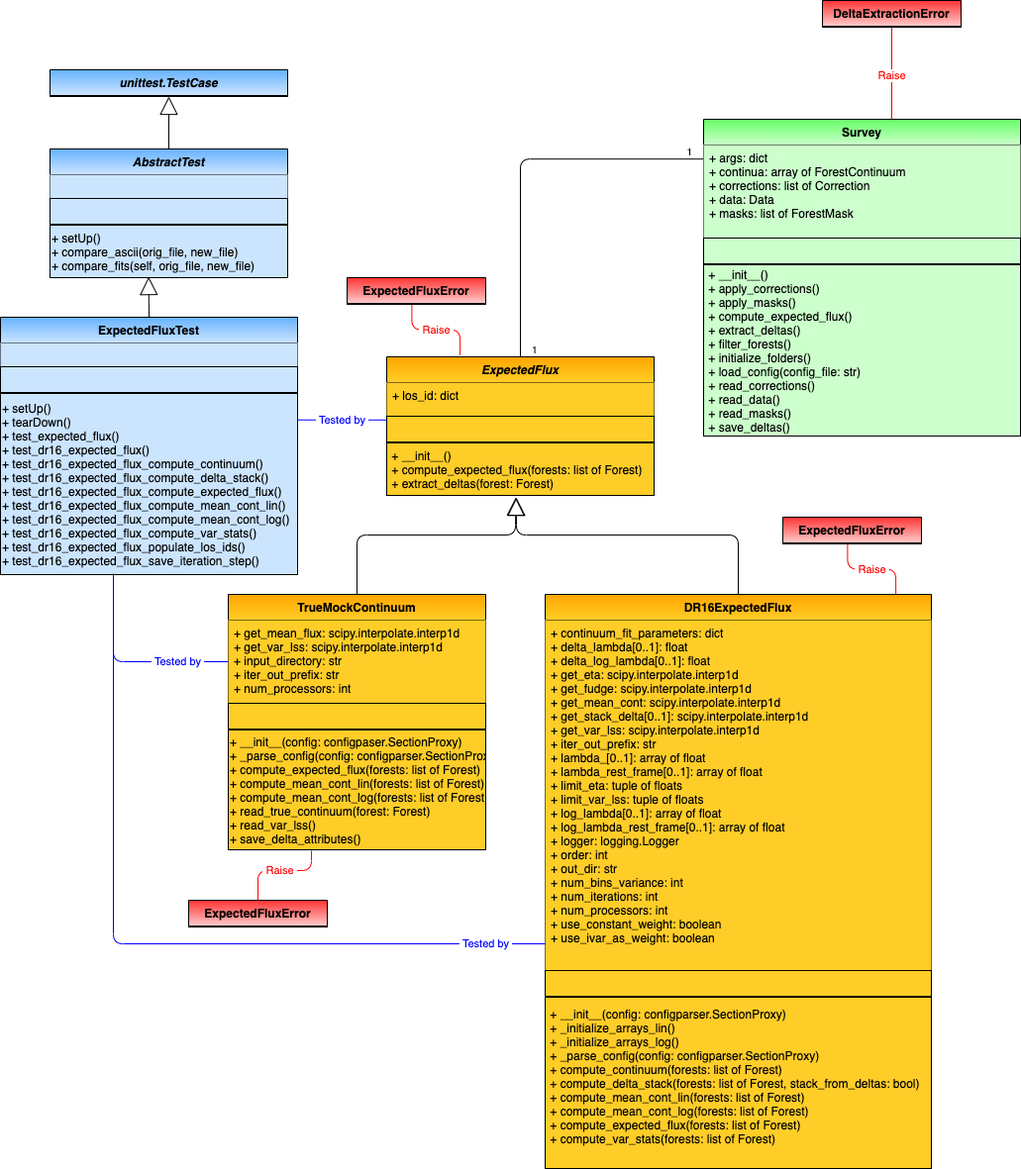
The draw.io diagram docs/delta_extraction/data_model/data_model-ExpectedFlux.png in igmhub/picca, before a commit. Source tidied: cells renumbered, new cells last; positions are measured from the earlier drawing's top-left corner, leaving out a move shared by most shapes.
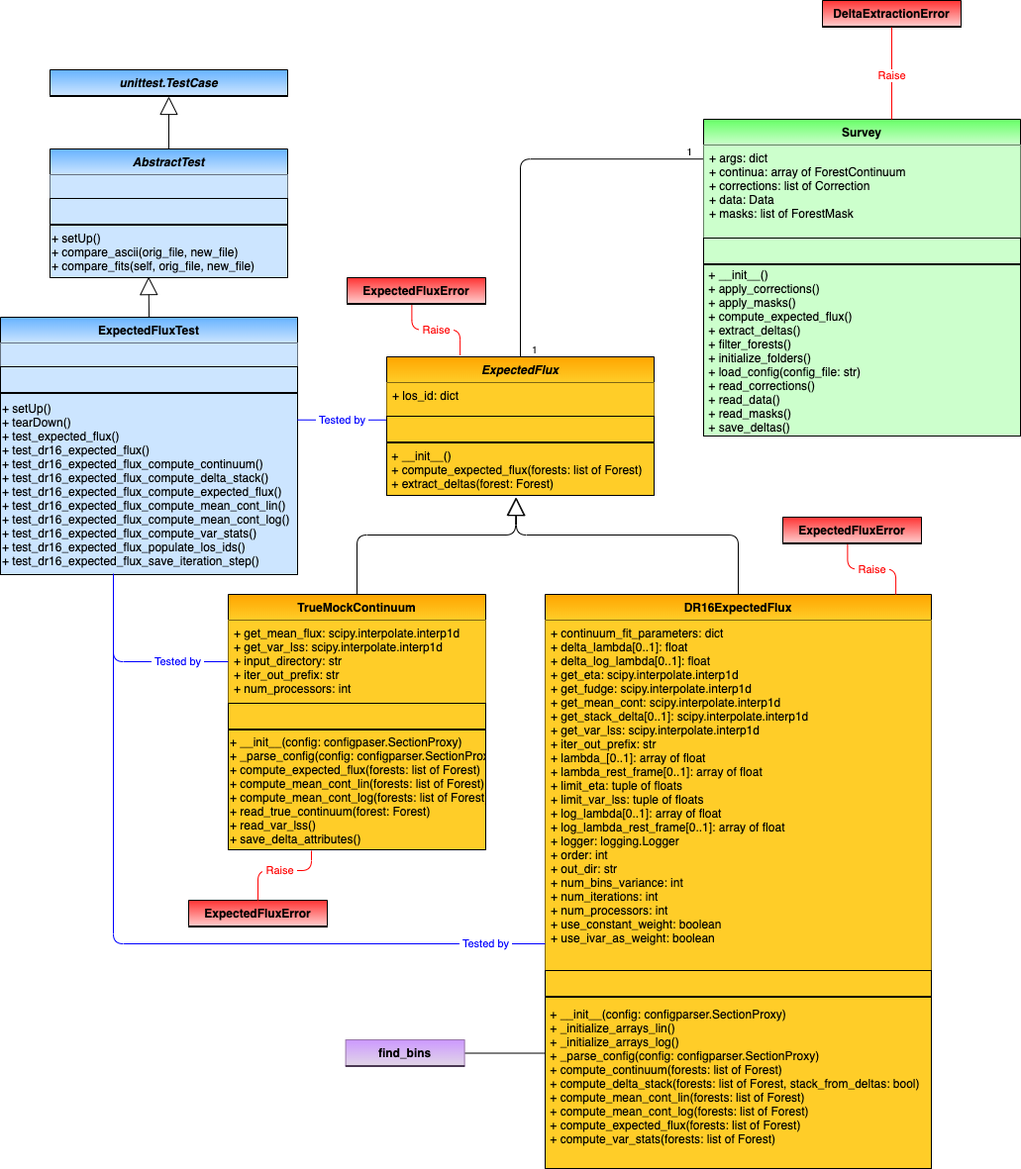
Above is the later version.

Commit message:
updated data model diagrams

What changed in the source:
```diff
@@ -232,5 +232,16 @@
         <mxPoint x="10" as="offset" />
       </mxGeometry>
     </mxCell>
+    <mxCell id="63" style="edgeStyle=orthogonalEdgeStyle;rounded=0;jettySize=auto;html=1;exitX=1;exitY=0.5;exitDx=0;exitDy=0;endArrow=none;endFill=0;entryX=0.004;entryY=0.164;entryDx=0;entryDy=0;entryPerimeter=0;" parent="1" edge="1" source="64">
+      <mxGeometry relative="1" as="geometry">
+        <mxPoint x="550" y="1063.5" as="targetPoint" />
+      </mxGeometry>
+    </mxCell>
+    <mxCell id="64" value="find_bins" style="swimlane;fontStyle=1;horizontal=1;startSize=26;swimlaneFillColor=#ffffff;rounded=0;shadow=0;glass=0;comic=0;strokeColor=#9673a6;swimlaneLine=1;gradientDirection=north;fillColor=#e1d5e7;gradientColor=#CC99FF;" parent="1" vertex="1">
+      <mxGeometry x="348.6" y="1050" width="120" height="27" as="geometry" />
+    </mxCell>
+    <mxCell id="65" style="line;strokeWidth=1;fillColor=none;align=left;verticalAlign=middle;spacingTop=-1;spacingLeft=3;spacingRight=3;labelPosition=right;rounded=0;shadow=0;glass=0;comic=0;" parent="64" vertex="1">
+      <mxGeometry y="26" width="120" height="1" as="geometry" />
+    </mxCell>
   </root>
 </mxGraphModel>
```
